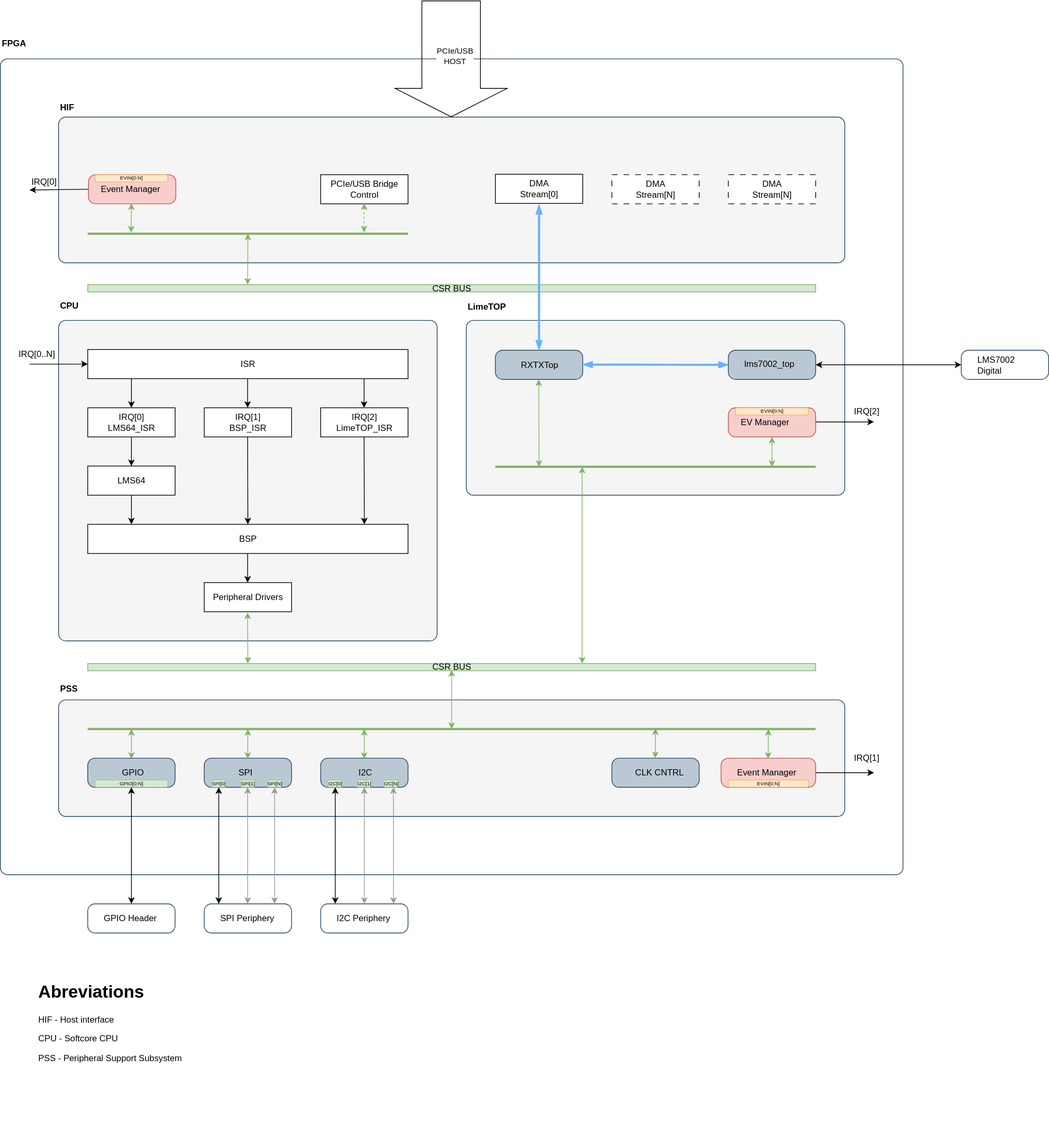
myriadrf/LimeSDR_GW keeps this draw.io diagram as docs/docs/images/LimeSDR_GW_Architecture.drawio.svg. Above is the earlier version. Source tidied: cells renumbered, new cells last; positions are measured from the earlier drawing's top-left corner, leaving out a move shared by most shapes.
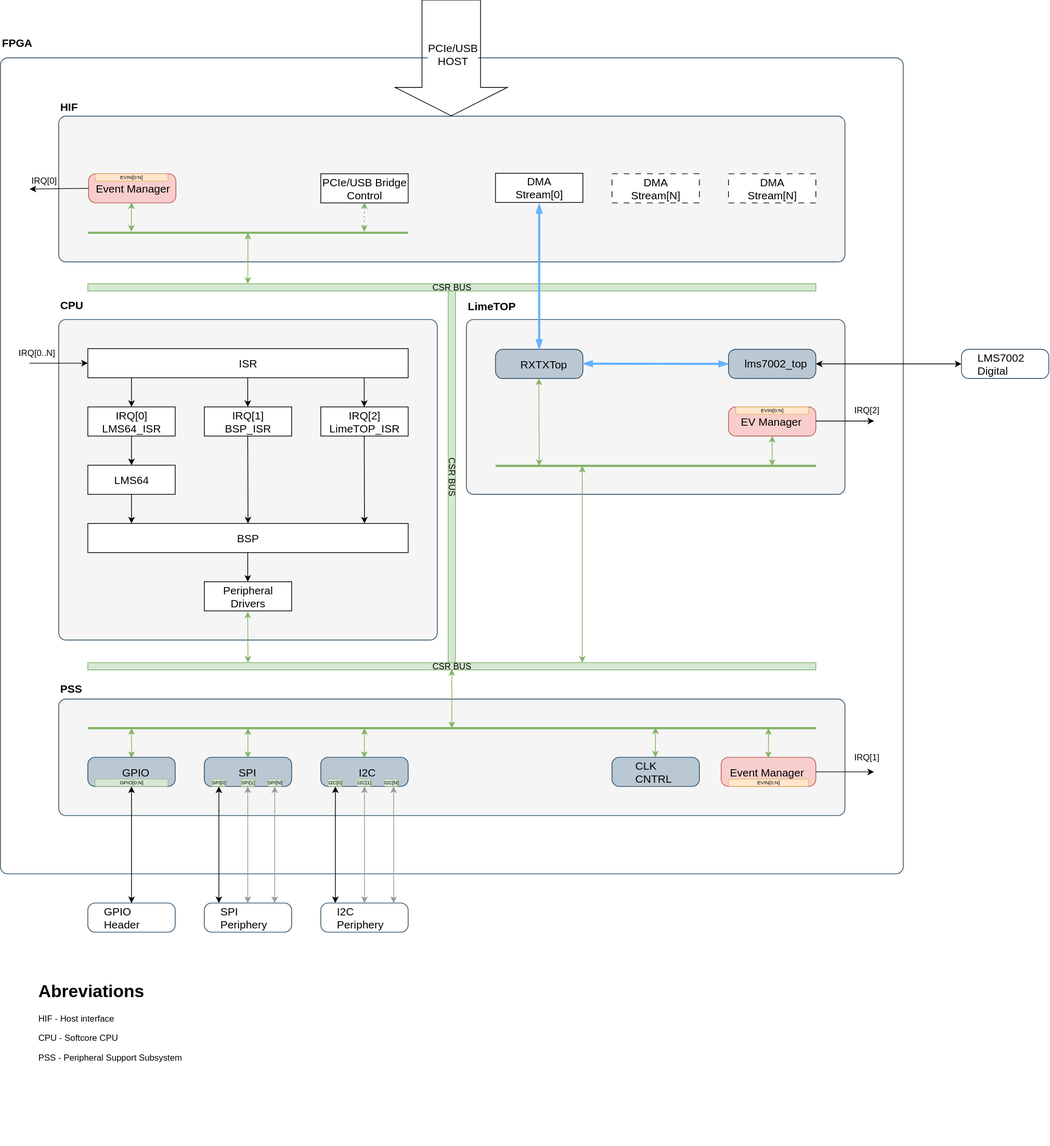
The same diagram one commit later.

The edit, as a diff of the source:
```diff
@@ -22,3 +22,3 @@
     </mxCell>
-    <mxCell id="8" value="PSS" style="text;strokeColor=none;align=left;fillColor=none;html=1;verticalAlign=middle;whiteSpace=wrap;rounded=0;fontStyle=1;" parent="1" vertex="1">
+    <mxCell id="8" value="PSS" style="text;strokeColor=none;align=left;fillColor=none;html=1;verticalAlign=middle;whiteSpace=wrap;rounded=0;fontStyle=1;fontSize=15;" parent="1" vertex="1">
       <mxGeometry x="80" y="930" width="520" height="30" as="geometry" />
@@ -31,3 +31,3 @@
     </mxCell>
-    <mxCell id="11" value="SPI" style="text;strokeColor=none;align=left;fillColor=none;html=1;verticalAlign=middle;whiteSpace=wrap;rounded=0;" parent="9" vertex="1">
+    <mxCell id="11" value="SPI" style="text;strokeColor=none;align=left;fillColor=none;html=1;verticalAlign=middle;whiteSpace=wrap;rounded=0;fontSize=15;" parent="9" vertex="1">
       <mxGeometry x="45" y="30" width="30" height="20" as="geometry" />
@@ -52,3 +52,3 @@
     </mxCell>
-    <mxCell id="17" value="CLK CNTRL" style="text;strokeColor=none;align=left;fillColor=none;html=1;verticalAlign=middle;whiteSpace=wrap;rounded=0;" parent="9" vertex="1">
+    <mxCell id="17" value="CLK CNTRL" style="text;strokeColor=none;align=left;fillColor=none;html=1;verticalAlign=middle;whiteSpace=wrap;rounded=0;fontSize=15;" parent="9" vertex="1">
       <mxGeometry x="590" y="30" width="80" height="20" as="geometry" />
@@ -85,3 +85,6 @@
     </mxCell>
+    <mxCell id="114" value="CSR BUS" style="rounded=0;whiteSpace=wrap;html=1;fillColor=#d5e8d4;strokeColor=#82b366;rotation=-270;" parent="9" vertex="1">
+      <mxGeometry x="80" y="-370" width="520" height="10" as="geometry" />
+    </mxCell>
-    <mxCell id="23" style="group;" parent="1" vertex="1">
+    <mxCell id="23" style="group;fontSize=15;" parent="1" vertex="1">
       <mxGeometry x="440" y="1020" width="120" height="60" as="geometry" />
@@ -91,3 +94,3 @@
     </mxCell>
-    <mxCell id="25" value="I2C" style="text;strokeColor=none;align=left;fillColor=none;html=1;verticalAlign=middle;whiteSpace=wrap;rounded=0;" parent="23" vertex="1">
+    <mxCell id="25" value="I2C" style="text;strokeColor=none;align=left;fillColor=none;html=1;verticalAlign=middle;whiteSpace=wrap;rounded=0;fontSize=15;" parent="23" vertex="1">
       <mxGeometry x="50" y="30" width="20" height="20" as="geometry" />
@@ -103,3 +106,3 @@
     </mxCell>
-    <mxCell id="29" value="HIF" style="text;strokeColor=none;align=left;fillColor=none;html=1;verticalAlign=middle;whiteSpace=wrap;rounded=0;fontStyle=1;" parent="1" vertex="1">
+    <mxCell id="29" value="HIF" style="text;strokeColor=none;align=left;fillColor=none;html=1;verticalAlign=middle;whiteSpace=wrap;rounded=0;fontStyle=1;fontSize=15;" parent="1" vertex="1">
       <mxGeometry x="80" y="133.3" width="520" height="26.7" as="geometry" />
@@ -112,4 +115,6 @@
     </mxCell>
-    <mxCell id="31" value="PCIe/USB&lt;div&gt;HOST&lt;/div&gt;" style="edgeLabel;html=1;align=center;verticalAlign=middle;" parent="30" vertex="1">
-      <mxGeometry x="-0.06" y="3" relative="1" as="geometry" />
+    <mxCell id="31" value="PCIe/USB&lt;div&gt;HOST&lt;/div&gt;" style="edgeLabel;html=1;align=center;verticalAlign=middle;fontSize=15;" parent="30" vertex="1">
+      <mxGeometry x="-0.06" y="3" relative="1" as="geometry">
+        <mxPoint x="-2" as="offset" />
+      </mxGeometry>
     </mxCell>
@@ -118,3 +123,3 @@
     </mxCell>
-    <mxCell id="33" value="CPU" style="text;strokeColor=none;align=left;fillColor=none;html=1;verticalAlign=middle;whiteSpace=wrap;rounded=0;fontStyle=1;" parent="1" vertex="1">
+    <mxCell id="33" value="CPU" style="text;strokeColor=none;align=left;fillColor=none;html=1;verticalAlign=middle;whiteSpace=wrap;rounded=0;fontStyle=1;fontSize=15;" parent="1" vertex="1">
       <mxGeometry x="80" y="400" width="520" height="38.5" as="geometry" />
@@ -127,6 +132,6 @@
     </mxCell>
-    <mxCell id="36" value="Event Manager" style="text;strokeColor=none;align=left;fillColor=none;html=1;verticalAlign=middle;whiteSpace=wrap;rounded=0;" parent="34" vertex="1">
-      <mxGeometry x="20" y="40" width="90" height="20" as="geometry" />
+    <mxCell id="36" value="Event Manager" style="text;strokeColor=none;align=left;fillColor=none;html=1;verticalAlign=middle;whiteSpace=wrap;rounded=0;fontSize=15;" parent="34" vertex="1">
+      <mxGeometry x="10" y="40" width="110" height="20" as="geometry" />
     </mxCell>
-    <mxCell id="37" value="PCIe/USB Bridge&lt;div&gt;Control&lt;/div&gt;" style="rounded=0;whiteSpace=wrap;html=1;" parent="1" vertex="1">
+    <mxCell id="37" value="PCIe/USB Bridge&lt;div&gt;Control&lt;/div&gt;" style="rounded=0;whiteSpace=wrap;html=1;fontSize=15;" parent="1" vertex="1">
       <mxGeometry x="440" y="239" width="120" height="40" as="geometry" />
@@ -163,3 +168,3 @@
     </mxCell>
-    <mxCell id="45" value="ISR" style="rounded=0;whiteSpace=wrap;html=1;" parent="1" vertex="1">
+    <mxCell id="45" value="ISR" style="rounded=0;whiteSpace=wrap;html=1;fontSize=15;" parent="1" vertex="1">
       <mxGeometry x="120" y="479" width="440" height="40" as="geometry" />
@@ -196,3 +201,3 @@
     </mxCell>
-    <mxCell id="51" value="Peripheral Drivers" style="rounded=0;whiteSpace=wrap;html=1;" parent="1" vertex="1">
+    <mxCell id="51" value="Peripheral Drivers" style="rounded=0;whiteSpace=wrap;html=1;fontSize=15;" parent="1" vertex="1">
       <mxGeometry x="280" y="799" width="120" height="40" as="geometry" />
@@ -217,3 +222,3 @@
     </mxCell>
-    <mxCell id="56" value="GPIO" style="text;strokeColor=none;align=left;fillColor=none;html=1;verticalAlign=middle;whiteSpace=wrap;rounded=0;" parent="54" vertex="1">
+    <mxCell id="56" value="GPIO" style="text;strokeColor=none;align=left;fillColor=none;html=1;verticalAlign=middle;whiteSpace=wrap;rounded=0;fontSize=15;" parent="54" vertex="1">
       <mxGeometry x="45" y="30" width="40" height="20" as="geometry" />
@@ -232,3 +237,3 @@
     </mxCell>
-    <mxCell id="60" value="LimeTOP" style="text;strokeColor=none;align=left;fillColor=none;html=1;verticalAlign=middle;whiteSpace=wrap;rounded=0;fontStyle=1;" parent="1" vertex="1">
+    <mxCell id="60" value="LimeTOP" style="text;strokeColor=none;align=left;fillColor=none;html=1;verticalAlign=middle;whiteSpace=wrap;rounded=0;fontStyle=1;fontSize=15;" parent="1" vertex="1">
       <mxGeometry x="640" y="400.5" width="520" height="38.5" as="geometry" />
@@ -243,3 +248,3 @@
     </mxCell>
-    <mxCell id="63" value="RXTXTop" style="text;strokeColor=none;align=left;fillColor=none;html=1;verticalAlign=middle;whiteSpace=wrap;rounded=0;" parent="1" vertex="1">
+    <mxCell id="63" value="RXTXTop" style="text;strokeColor=none;align=left;fillColor=none;html=1;verticalAlign=middle;whiteSpace=wrap;rounded=0;fontSize=15;" parent="1" vertex="1">
       <mxGeometry x="712.5" y="490" width="55" height="20" as="geometry" />
@@ -256,15 +261,15 @@
     </mxCell>
-    <mxCell id="66" value="IRQ[0]&lt;div&gt;LMS64_ISR&lt;/div&gt;" style="rounded=0;whiteSpace=wrap;html=1;" parent="1" vertex="1">
+    <mxCell id="66" value="IRQ[0]&lt;div&gt;LMS64_ISR&lt;/div&gt;" style="rounded=0;whiteSpace=wrap;html=1;fontSize=15;" parent="1" vertex="1">
       <mxGeometry x="120" y="559" width="120" height="40" as="geometry" />
     </mxCell>
-    <mxCell id="67" value="IRQ[1]&lt;div&gt;BSP_ISR&lt;/div&gt;" style="rounded=0;whiteSpace=wrap;html=1;" parent="1" vertex="1">
+    <mxCell id="67" value="IRQ[1]&lt;div&gt;BSP_ISR&lt;/div&gt;" style="rounded=0;whiteSpace=wrap;html=1;fontSize=15;" parent="1" vertex="1">
       <mxGeometry x="280" y="559" width="120" height="40" as="geometry" />
     </mxCell>
-    <mxCell id="68" value="IRQ[2]&lt;div&gt;LimeTOP_ISR&lt;/div&gt;" style="rounded=0;whiteSpace=wrap;html=1;" parent="1" vertex="1">
+    <mxCell id="68" value="IRQ[2]&lt;div&gt;LimeTOP_ISR&lt;/div&gt;" style="rounded=0;whiteSpace=wrap;html=1;fontSize=15;" parent="1" vertex="1">
       <mxGeometry x="440" y="559" width="120" height="40" as="geometry" />
     </mxCell>
-    <mxCell id="69" value="LMS64" style="rounded=0;whiteSpace=wrap;html=1;" parent="1" vertex="1">
+    <mxCell id="69" value="LMS64" style="rounded=0;whiteSpace=wrap;html=1;fontSize=15;" parent="1" vertex="1">
       <mxGeometry x="120" y="639" width="120" height="40" as="geometry" />
     </mxCell>
-    <mxCell id="70" value="BSP" style="rounded=0;whiteSpace=wrap;html=1;" parent="1" vertex="1">
+    <mxCell id="70" value="BSP" style="rounded=0;whiteSpace=wrap;html=1;fontSize=15;" parent="1" vertex="1">
       <mxGeometry x="120" y="719" width="440" height="40" as="geometry" />
@@ -300,3 +305,3 @@
     </mxCell>
-    <mxCell id="76" value="EV Manager" style="text;strokeColor=none;align=left;fillColor=none;html=1;verticalAlign=middle;whiteSpace=wrap;rounded=0;" parent="1" vertex="1">
+    <mxCell id="76" value="EV Manager" style="text;strokeColor=none;align=left;fillColor=none;html=1;verticalAlign=middle;whiteSpace=wrap;rounded=0;fontSize=15;" parent="1" vertex="1">
       <mxGeometry x="1015" y="569" width="90" height="20" as="geometry" />
@@ -320,12 +325,12 @@
     </mxCell>
-    <mxCell id="82" value="Event Manager" style="text;strokeColor=none;align=left;fillColor=none;html=1;verticalAlign=middle;whiteSpace=wrap;rounded=0;" parent="1" vertex="1">
-      <mxGeometry x="136" y="249" width="90" height="20" as="geometry" />
+    <mxCell id="82" value="Event Manager" style="text;strokeColor=none;align=left;fillColor=none;html=1;verticalAlign=middle;whiteSpace=wrap;rounded=0;fontSize=15;" parent="1" vertex="1">
+      <mxGeometry x="129" y="249" width="104" height="20" as="geometry" />
     </mxCell>
-    <mxCell id="83" value="DMA&lt;br&gt;Stream[0]" style="rounded=0;whiteSpace=wrap;html=1;" parent="1" vertex="1">
+    <mxCell id="83" value="DMA&lt;br&gt;Stream[0]" style="rounded=0;whiteSpace=wrap;html=1;fontSize=15;" parent="1" vertex="1">
       <mxGeometry x="680" y="238.3" width="120" height="40" as="geometry" />
     </mxCell>
-    <mxCell id="84" value="DMA&lt;br&gt;Stream[N]" style="rounded=0;whiteSpace=wrap;html=1;dashed=1;dashPattern=8 8;" parent="1" vertex="1">
+    <mxCell id="84" value="DMA&lt;br&gt;Stream[N]" style="rounded=0;whiteSpace=wrap;html=1;dashed=1;dashPattern=8 8;fontSize=15;" parent="1" vertex="1">
       <mxGeometry x="840" y="239" width="120" height="40" as="geometry" />
     </mxCell>
-    <mxCell id="85" value="DMA&lt;br&gt;Stream[N]" style="rounded=0;whiteSpace=wrap;html=1;dashed=1;dashPattern=8 8;" parent="1" vertex="1">
+    <mxCell id="85" value="DMA&lt;br&gt;Stream[N]" style="rounded=0;whiteSpace=wrap;html=1;dashed=1;dashPattern=8 8;fontSize=15;" parent="1" vertex="1">
       <mxGeometry x="1000" y="239" width="120" height="40" as="geometry" />
@@ -381,3 +386,3 @@
     </mxCell>
-    <mxCell id="95" value="FPGA" style="text;strokeColor=none;align=left;fillColor=none;html=1;verticalAlign=middle;whiteSpace=wrap;rounded=0;fontStyle=1;" parent="1" vertex="1">
+    <mxCell id="95" value="FPGA" style="text;strokeColor=none;align=left;fillColor=none;html=1;verticalAlign=middle;whiteSpace=wrap;rounded=0;fontStyle=1;fontSize=15;" parent="1" vertex="1">
       <mxGeometry y="40" width="520" height="38.5" as="geometry" />
@@ -387,3 +392,3 @@
     </mxCell>
-    <mxCell id="97" value="lms7002_top" style="text;strokeColor=none;align=left;fillColor=none;html=1;verticalAlign=middle;whiteSpace=wrap;rounded=0;" parent="1" vertex="1">
+    <mxCell id="97" value="lms7002_top" style="text;strokeColor=none;align=left;fillColor=none;html=1;verticalAlign=middle;whiteSpace=wrap;rounded=0;fontSize=15;" parent="1" vertex="1">
       <mxGeometry x="1020" y="489" width="70" height="20" as="geometry" />
@@ -396,3 +401,3 @@
     </mxCell>
-    <mxCell id="99" style="group;" parent="1" vertex="1">
+    <mxCell id="99" style="group;fontSize=15;" parent="1" vertex="1">
       <mxGeometry x="120" y="1230" width="120" height="50" as="geometry" />
@@ -402,6 +407,6 @@
     </mxCell>
-    <mxCell id="101" value="GPIO Header" style="text;strokeColor=none;align=left;fillColor=none;html=1;verticalAlign=middle;whiteSpace=wrap;rounded=0;" parent="99" vertex="1">
+    <mxCell id="101" value="GPIO Header" style="text;strokeColor=none;align=left;fillColor=none;html=1;verticalAlign=middle;whiteSpace=wrap;rounded=0;fontSize=15;" parent="99" vertex="1">
       <mxGeometry x="20" y="21.7" width="80" height="16.7" as="geometry" />
     </mxCell>
-    <mxCell id="102" style="group;" parent="1" vertex="1">
+    <mxCell id="102" style="group;fontSize=15;" parent="1" vertex="1">
       <mxGeometry x="280" y="1230" width="120" height="50" as="geometry" />
@@ -411,6 +416,6 @@
     </mxCell>
-    <mxCell id="104" value="SPI Periphery" style="text;strokeColor=none;align=left;fillColor=none;html=1;verticalAlign=middle;whiteSpace=wrap;rounded=0;" parent="102" vertex="1">
+    <mxCell id="104" value="SPI Periphery" style="text;strokeColor=none;align=left;fillColor=none;html=1;verticalAlign=middle;whiteSpace=wrap;rounded=0;fontSize=15;" parent="102" vertex="1">
       <mxGeometry x="20" y="21.7" width="80" height="16.7" as="geometry" />
     </mxCell>
-    <mxCell id="105" style="group;" parent="1" vertex="1">
+    <mxCell id="105" style="group;fontSize=18;" parent="1" vertex="1">
       <mxGeometry x="440" y="1230" width="120" height="50" as="geometry" />
@@ -420,6 +425,6 @@
     </mxCell>
-    <mxCell id="107" value="I2C Periphery" style="text;strokeColor=none;align=left;fillColor=none;html=1;verticalAlign=middle;whiteSpace=wrap;rounded=0;" parent="105" vertex="1">
+    <mxCell id="107" value="I2C Periphery" style="text;strokeColor=none;align=left;fillColor=none;html=1;verticalAlign=middle;whiteSpace=wrap;rounded=0;fontSize=15;" parent="105" vertex="1">
       <mxGeometry x="20" y="21.7" width="80" height="16.7" as="geometry" />
     </mxCell>
-    <mxCell id="108" style="group;" parent="1" vertex="1">
+    <mxCell id="108" style="group;fontSize=15;" parent="1" vertex="1">
       <mxGeometry x="1320" y="470" width="120" height="50" as="geometry" />
@@ -429,3 +434,3 @@
     </mxCell>
-    <mxCell id="110" value="LMS7002 Digital" style="text;strokeColor=none;align=left;fillColor=none;html=1;verticalAlign=middle;whiteSpace=wrap;rounded=0;" parent="108" vertex="1">
+    <mxCell id="110" value="LMS7002 Digital" style="text;strokeColor=none;align=left;fillColor=none;html=1;verticalAlign=middle;whiteSpace=wrap;rounded=0;fontSize=15;" parent="108" vertex="1">
       <mxGeometry x="20" y="21.7" width="80" height="16.7" as="geometry" />
```
